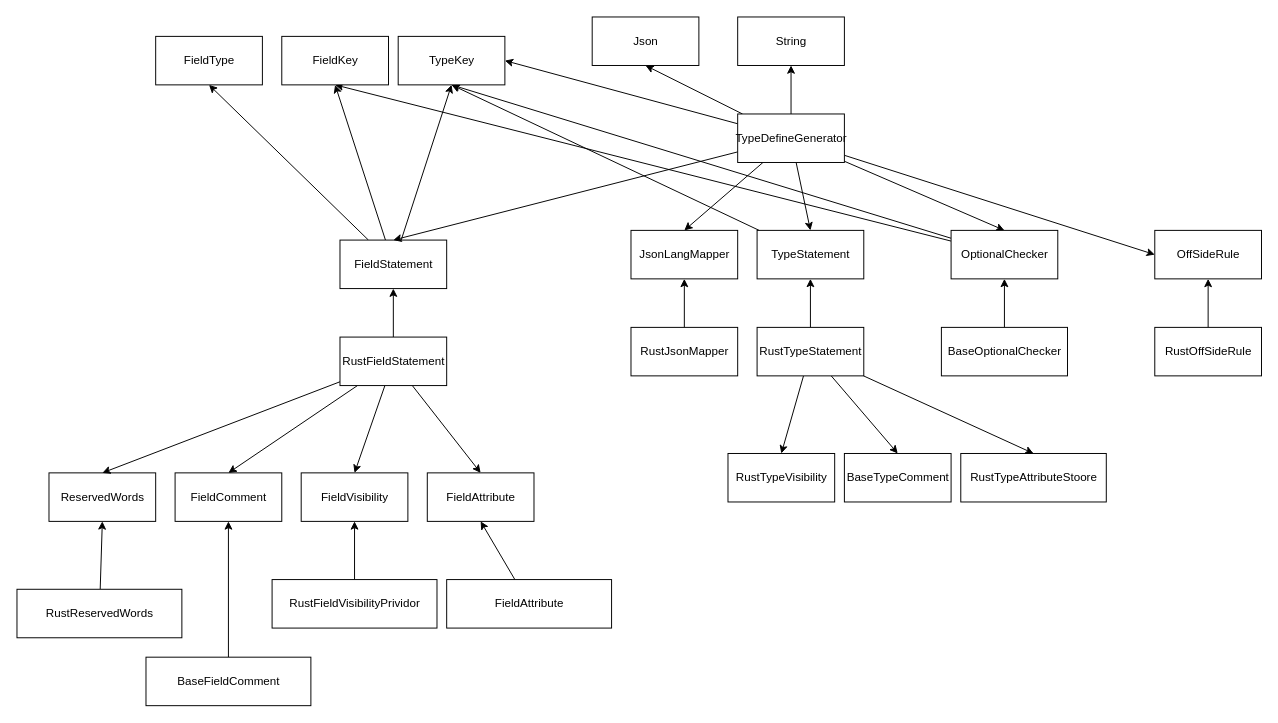
Before: docs/v1_arc.dio in u-kai/type-gen, a draw.io diagram. Source tidied: cells renumbered, new cells numbered last; positions are measured from the earlier drawing's top-left corner, leaving out a move shared by most shapes. Both pictures are drawn from the tidied source at 97%, with x=0, y=0 at pixel (16, 16).
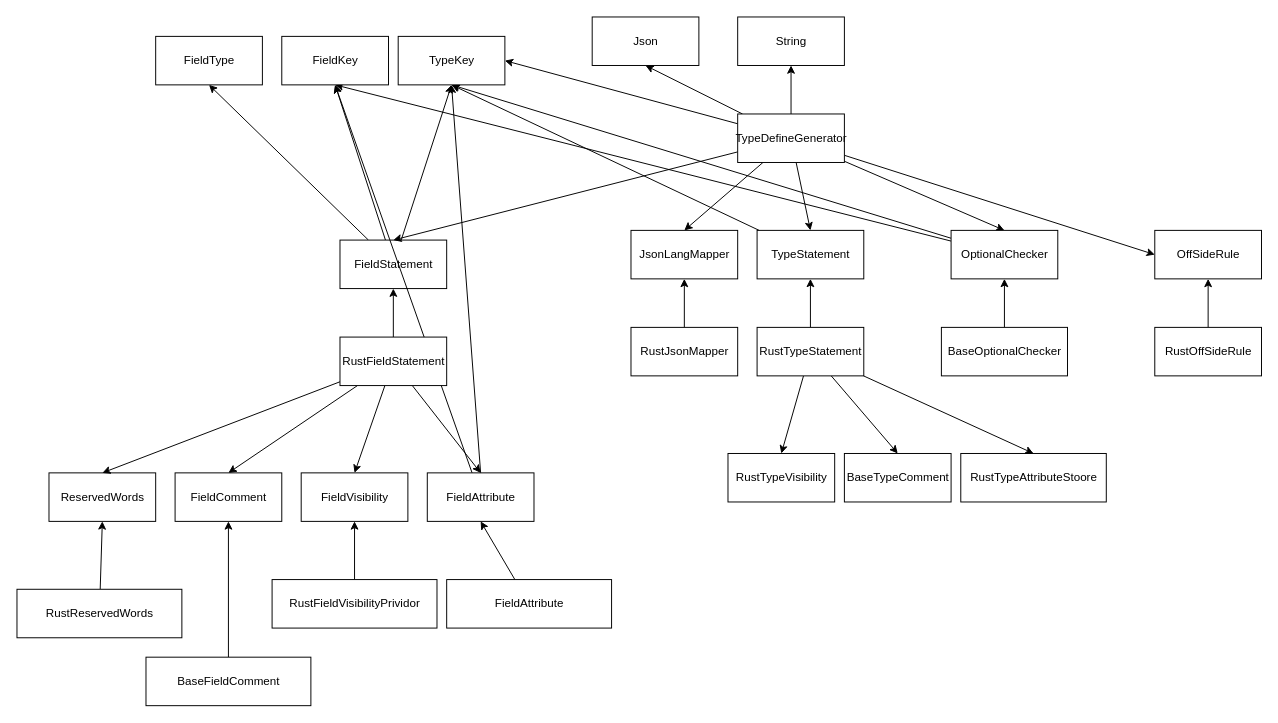
The same page after the edit.

Unchanged cells that the change refers to:
```xml
<mxCell id="6" value="FieldAttribute" style="html=1;" parent="1" vertex="1">
  <mxGeometry x="423" y="470" width="110" height="50" as="geometry" />
</mxCell>
<mxCell id="56" value="FieldKey" style="html=1;" parent="1" vertex="1">
  <mxGeometry x="273" y="20" width="110" height="50" as="geometry" />
</mxCell>
<mxCell id="58" value="TypeKey" style="html=1;" parent="1" vertex="1">
  <mxGeometry x="393" y="20" width="110" height="50" as="geometry" />
</mxCell>
```

The edit, as a diff of the source:
```diff
@@
+    <mxCell id="59" style="edgeStyle=none;html=1;entryX=0.5;entryY=1;entryDx=0;entryDy=0;exitX=0.5;exitY=0;exitDx=0;exitDy=0;" parent="1" edge="1" source="6" target="58">
+      <mxGeometry relative="1" as="geometry" />
+    </mxCell>
+    <mxCell id="60" style="edgeStyle=none;html=1;entryX=0.5;entryY=1;entryDx=0;entryDy=0;" parent="1" edge="1" source="6" target="56">
+      <mxGeometry relative="1" as="geometry" />
+    </mxCell>
```
